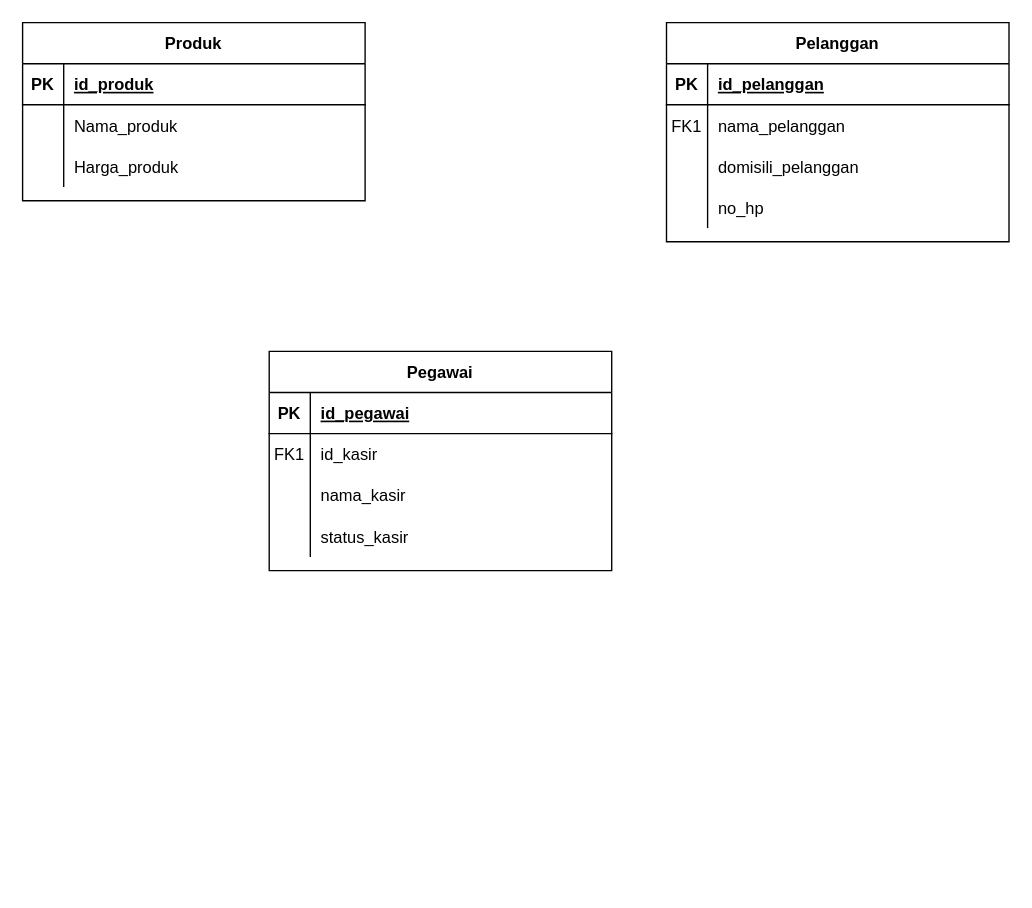
FaisalAkhdan/ERD-Penjualan keeps this draw.io diagram as SI10_Tugas3_0110121210.drawio. Above is the earlier version. Source tidied: cells renumbered, new cells numbered last; positions are measured from the earlier drawing's top-left corner, leaving out a move shared by most shapes. Both pictures are drawn from the tidied source at 137%, with x=0, y=0 at pixel (22, 22).
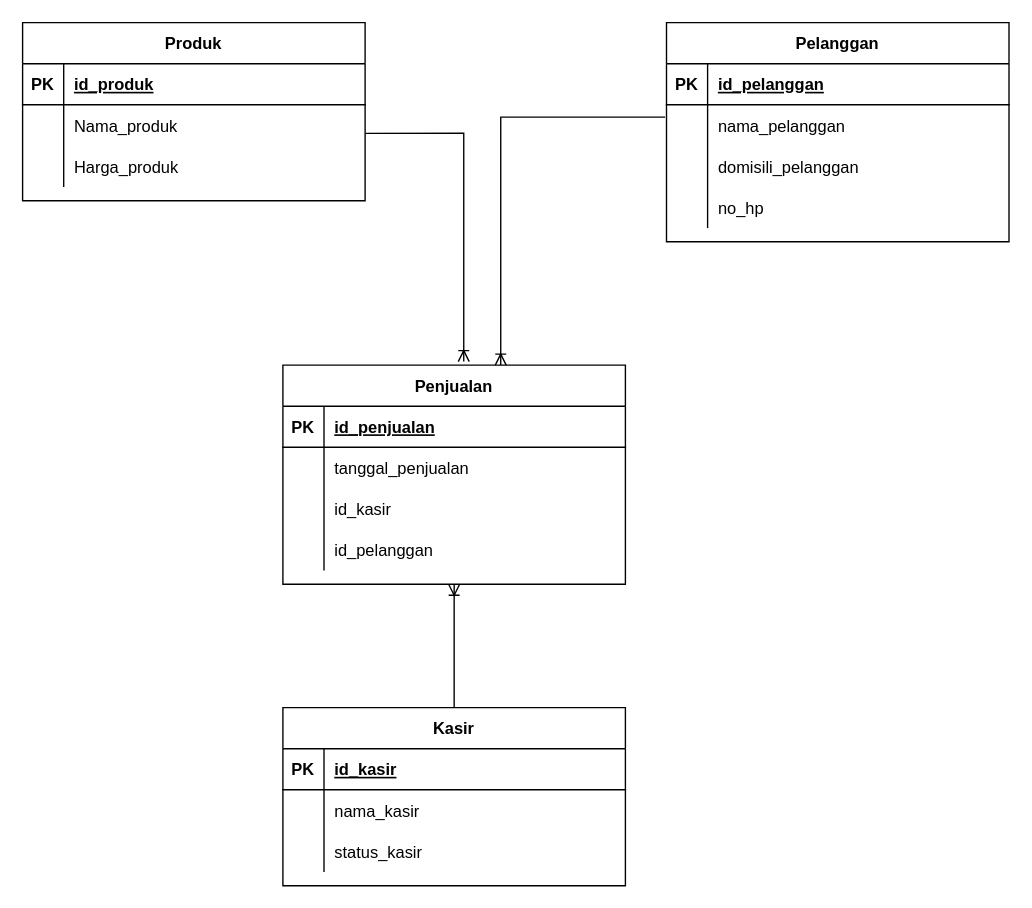
Above is the later version.

Unchanged cells that the change refers to:
```xml
<mxCell id="6" style="shape=partialRectangle;fillColor=none;points=[[0,0.5],[1,0.5]];portConstraint=eastwest;top=0;left=0;right=0;bottom=0;" parent="2" vertex="1">
  <mxGeometry y="60" width="250" height="30" as="geometry" />
</mxCell>
<mxCell id="16" style="shape=partialRectangle;fillColor=none;top=0;left=0;right=0;bottom=1;" parent="15" vertex="1">
  <mxGeometry y="30" width="250" height="30" as="geometry" />
</mxCell>
<mxCell id="32" style="shape=partialRectangle;fillColor=none;points=[[0,0.5],[1,0.5]];portConstraint=eastwest;top=0;left=0;right=0;bottom=0;" parent="28" vertex="1">
  <mxGeometry y="60" width="250" height="30" as="geometry" />
</mxCell>
```

The edit, as a diff of the source:
```diff
@@
-    <mxCell id="7" value="FK1" style="shape=partialRectangle;overflow=hidden;fillColor=none;top=0;left=0;bottom=0;right=0;" parent="6" vertex="1">
+    <mxCell id="7" style="shape=partialRectangle;overflow=hidden;fillColor=none;top=0;left=0;bottom=0;right=0;" parent="6" vertex="1">
       <mxGeometry width="30" height="30" as="geometry" />
     </mxCell>
@@
-    <mxCell id="15" value="Pegawai" style="shape=table;startSize=30;childLayout=tableLayout;rowLines=0;fontStyle=1;align=center;" parent="1" vertex="1">
-      <mxGeometry x="180" y="240" width="250" height="160" as="geometry" />
+    <mxCell id="15" value="Kasir" style="shape=table;startSize=30;childLayout=tableLayout;rowLines=0;fontStyle=1;align=center;" parent="1" vertex="1">
+      <mxGeometry x="190" y="500" width="250" height="130" as="geometry" />
     </mxCell>
@@
-    <mxCell id="18" value="id_pegawai" style="shape=partialRectangle;overflow=hidden;fillColor=none;top=0;left=0;bottom=0;right=0;align=left;spacingLeft=6;fontStyle=5;" parent="16" vertex="1">
+    <mxCell id="18" value="id_kasir" style="shape=partialRectangle;overflow=hidden;fillColor=none;top=0;left=0;bottom=0;right=0;align=left;spacingLeft=6;fontStyle=5;" parent="16" vertex="1">
       <mxGeometry x="30" width="220" height="30" as="geometry" />
     </mxCell>
-    <mxCell id="19" style="shape=partialRectangle;fillColor=none;top=0;left=0;right=0;bottom=0;" parent="15" vertex="1">
-      <mxGeometry y="60" width="250" height="30" as="geometry" />
-    </mxCell>
-    <mxCell id="20" value="FK1" style="shape=partialRectangle;overflow=hidden;fillColor=none;top=0;left=0;bottom=0;right=0;" parent="19" vertex="1">
-      <mxGeometry width="30" height="30" as="geometry" />
-    </mxCell>
-    <mxCell id="21" value="id_kasir" style="shape=partialRectangle;overflow=hidden;fillColor=none;top=0;left=0;bottom=0;right=0;align=left;spacingLeft=6;" parent="19" vertex="1">
-      <mxGeometry x="30" width="220" height="30" as="geometry" />
-    </mxCell>
     <mxCell id="22" style="shape=partialRectangle;fillColor=none;top=0;left=0;right=0;bottom=0;" parent="15" vertex="1">
-      <mxGeometry y="90" width="250" height="30" as="geometry" />
+      <mxGeometry y="60" width="250" height="30" as="geometry" />
     </mxCell>
@@
     <mxCell id="25" style="shape=partialRectangle;fillColor=none;top=0;left=0;right=0;bottom=0;" parent="15" vertex="1">
-      <mxGeometry y="120" width="250" height="30" as="geometry" />
+      <mxGeometry y="90" width="250" height="30" as="geometry" />
     </mxCell>
@@
+    <mxCell id="38" value="Penjualan" style="shape=table;startSize=30;childLayout=tableLayout;rowLines=0;fontStyle=1;align=center;" parent="1" vertex="1">
+      <mxGeometry x="190" y="250" width="250" height="160" as="geometry" />
+    </mxCell>
+    <mxCell id="39" style="shape=partialRectangle;fillColor=none;top=0;left=0;right=0;bottom=1;" parent="38" vertex="1">
+      <mxGeometry y="30" width="250" height="30" as="geometry" />
+    </mxCell>
+    <mxCell id="40" value="PK" style="shape=partialRectangle;overflow=hidden;fillColor=none;top=0;left=0;bottom=0;right=0;fontStyle=1;" parent="39" vertex="1">
+      <mxGeometry width="30" height="30" as="geometry" />
+    </mxCell>
+    <mxCell id="41" value="id_penjualan" style="shape=partialRectangle;overflow=hidden;fillColor=none;top=0;left=0;bottom=0;right=0;align=left;spacingLeft=6;fontStyle=5;" parent="39" vertex="1">
+      <mxGeometry x="30" width="220" height="30" as="geometry" />
+    </mxCell>
+    <mxCell id="19" style="shape=partialRectangle;fillColor=none;top=0;left=0;right=0;bottom=0;" parent="38" vertex="1">
+      <mxGeometry y="60" width="250" height="30" as="geometry" />
+    </mxCell>
+    <mxCell id="42" style="shape=partialRectangle;overflow=hidden;fillColor=none;top=0;left=0;bottom=0;right=0;" parent="19" vertex="1">
+      <mxGeometry width="30" height="30" as="geometry" />
+    </mxCell>
+    <mxCell id="43" value="tanggal_penjualan" style="shape=partialRectangle;overflow=hidden;fillColor=none;top=0;left=0;bottom=0;right=0;align=left;spacingLeft=6;" parent="19" vertex="1">
+      <mxGeometry x="30" width="220" height="30" as="geometry" />
+    </mxCell>
+    <mxCell id="44" style="shape=partialRectangle;fillColor=none;top=0;left=0;right=0;bottom=0;" parent="38" vertex="1">
+      <mxGeometry y="90" width="250" height="30" as="geometry" />
+    </mxCell>
+    <mxCell id="45" style="shape=partialRectangle;overflow=hidden;fillColor=none;top=0;left=0;bottom=0;right=0;" parent="44" vertex="1">
+      <mxGeometry width="30" height="30" as="geometry" />
+    </mxCell>
+    <mxCell id="21" value="id_kasir" style="shape=partialRectangle;overflow=hidden;fillColor=none;top=0;left=0;bottom=0;right=0;align=left;spacingLeft=6;" parent="44" vertex="1">
+      <mxGeometry x="30" width="220" height="30" as="geometry" />
+    </mxCell>
+    <mxCell id="46" style="shape=partialRectangle;fillColor=none;top=0;left=0;right=0;bottom=0;" parent="38" vertex="1">
+      <mxGeometry y="120" width="250" height="30" as="geometry" />
+    </mxCell>
+    <mxCell id="47" style="shape=partialRectangle;overflow=hidden;fillColor=none;top=0;left=0;bottom=0;right=0;" parent="46" vertex="1">
+      <mxGeometry width="30" height="30" as="geometry" />
+    </mxCell>
+    <mxCell id="48" value="id_pelanggan" style="shape=partialRectangle;overflow=hidden;fillColor=none;top=0;left=0;bottom=0;right=0;align=left;spacingLeft=6;" parent="46" vertex="1">
+      <mxGeometry x="30" width="220" height="30" as="geometry" />
+    </mxCell>
+    <mxCell id="49" style="edgeStyle=orthogonalEdgeStyle;fontSize=12;html=1;endArrow=ERoneToMany;rounded=0;entryX=0.528;entryY=-0.016;entryDx=0;entryDy=0;entryPerimeter=0;exitX=1.001;exitY=0.694;exitDx=0;exitDy=0;exitPerimeter=0;" parent="1" edge="1" source="32" target="38">
+      <mxGeometry relative="1" as="geometry" />
+    </mxCell>
+    <mxCell id="50" style="fontSize=12;html=1;endArrow=ERoneToMany;rounded=0;exitX=0.5;exitY=0;exitDx=0;exitDy=0;entryX=0.5;entryY=1;entryDx=0;entryDy=0;" parent="1" edge="1" source="15" target="38">
+      <mxGeometry relative="1" as="geometry" />
+    </mxCell>
+    <mxCell id="51" style="edgeStyle=orthogonalEdgeStyle;fontSize=12;html=1;endArrow=ERoneToMany;rounded=0;entryX=0.636;entryY=0;entryDx=0;entryDy=0;entryPerimeter=0;exitX=-0.004;exitY=0.3;exitDx=0;exitDy=0;exitPerimeter=0;" parent="1" edge="1" source="6" target="38">
+      <mxGeometry relative="1" as="geometry" />
+    </mxCell>
```
